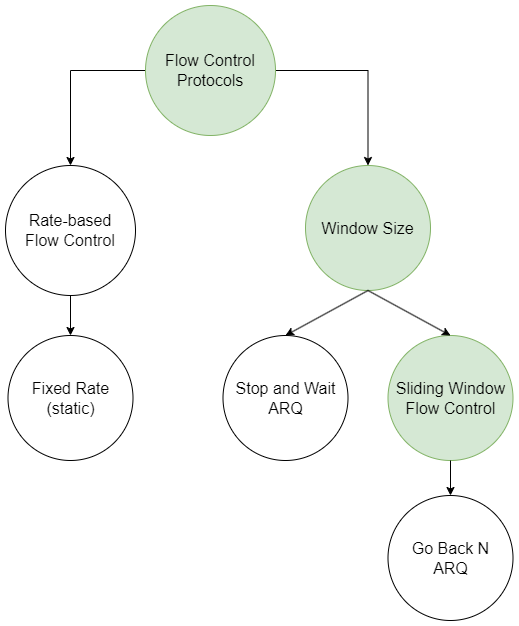
Before: images/ine_53_flow_control_protocols.png, a diagram exported from draw.io (volehuy1998/network-onboard). Source tidied: cells renumbered, new cells last; positions are measured from the earlier drawing's top-left corner, leaving out a move shared by most shapes. Source of this version:
```xml
<mxGraphModel>
  <root>
    <mxCell id="0" />
    <mxCell id="1" parent="0" />
    <mxCell id="2" style="edgeStyle=orthogonalEdgeStyle;rounded=0;jettySize=auto;html=1;fontSize=16;" parent="1" edge="1" source="4" target="6">
      <mxGeometry relative="1" as="geometry" />
    </mxCell>
    <mxCell id="3" style="edgeStyle=orthogonalEdgeStyle;rounded=0;jettySize=auto;html=1;entryX=0.5;entryY=0;entryDx=0;entryDy=0;fontSize=16;" parent="1" edge="1" source="4" target="12">
      <mxGeometry relative="1" as="geometry" />
    </mxCell>
    <mxCell id="4" value="Flow Control&lt;div&gt;Protocols&lt;/div&gt;" style="ellipse;whiteSpace=wrap;html=1;fontSize=16;fillColor=#d5e8d4;strokeColor=#82b366;" parent="1" vertex="1">
      <mxGeometry x="140" width="130" height="130" as="geometry" />
    </mxCell>
    <mxCell id="5" style="edgeStyle=orthogonalEdgeStyle;rounded=0;jettySize=auto;html=1;entryX=0.5;entryY=0;entryDx=0;entryDy=0;fontSize=16;" parent="1" edge="1" source="6" target="7">
      <mxGeometry relative="1" as="geometry" />
    </mxCell>
    <mxCell id="6" value="Rate-based&lt;div&gt;Flow Control&lt;/div&gt;" style="ellipse;whiteSpace=wrap;html=1;fontSize=16;" parent="1" vertex="1">
      <mxGeometry y="160" width="130" height="130" as="geometry" />
    </mxCell>
    <mxCell id="7" value="Fixed Rate&lt;div&gt;(static)&lt;/div&gt;" style="ellipse;whiteSpace=wrap;html=1;fontSize=16;" parent="1" vertex="1">
      <mxGeometry x="2.5" y="330" width="125" height="125" as="geometry" />
    </mxCell>
    <mxCell id="8" value="Sliding Window&lt;div&gt;Flow Control&lt;/div&gt;" style="ellipse;whiteSpace=wrap;html=1;fontSize=16;fillColor=#d5e8d4;strokeColor=#82b366;" parent="1" vertex="1">
      <mxGeometry x="382.5" y="330" width="125" height="125" as="geometry" />
    </mxCell>
    <mxCell id="9" value="Stop and Wait ARQ" style="ellipse;whiteSpace=wrap;html=1;fontSize=16;" parent="1" vertex="1">
      <mxGeometry x="217.5" y="330" width="125" height="125" as="geometry" />
    </mxCell>
    <mxCell id="10" value="Go Back N&lt;div&gt;ARQ&lt;/div&gt;" style="ellipse;whiteSpace=wrap;html=1;fontSize=16;" parent="1" vertex="1">
      <mxGeometry x="382.5" y="490" width="125" height="125" as="geometry" />
    </mxCell>
    <mxCell id="11" style="endArrow=classic;html=1;rounded=0;exitX=0.5;exitY=1;exitDx=0;exitDy=0;entryX=0.5;entryY=0;entryDx=0;entryDy=0;" parent="1" edge="1" source="8" target="10">
      <mxGeometry relative="1" as="geometry" />
    </mxCell>
    <mxCell id="12" value="Window Size" style="ellipse;whiteSpace=wrap;html=1;fontSize=16;fillColor=#d5e8d4;strokeColor=#82b366;" parent="1" vertex="1">
      <mxGeometry x="300" y="160" width="125" height="125" as="geometry" />
    </mxCell>
    <mxCell id="13" style="endArrow=classic;html=1;rounded=0;exitX=0.5;exitY=1;exitDx=0;exitDy=0;entryX=0.5;entryY=0;entryDx=0;entryDy=0;" parent="1" edge="1" source="12" target="9">
      <mxGeometry relative="1" as="geometry" />
    </mxCell>
    <mxCell id="14" style="endArrow=classic;html=1;rounded=0;exitX=0.5;exitY=1;exitDx=0;exitDy=0;entryX=0.5;entryY=0;entryDx=0;entryDy=0;" parent="1" edge="1" source="12" target="8">
      <mxGeometry relative="1" as="geometry" />
    </mxCell>
  </root>
</mxGraphModel>
```
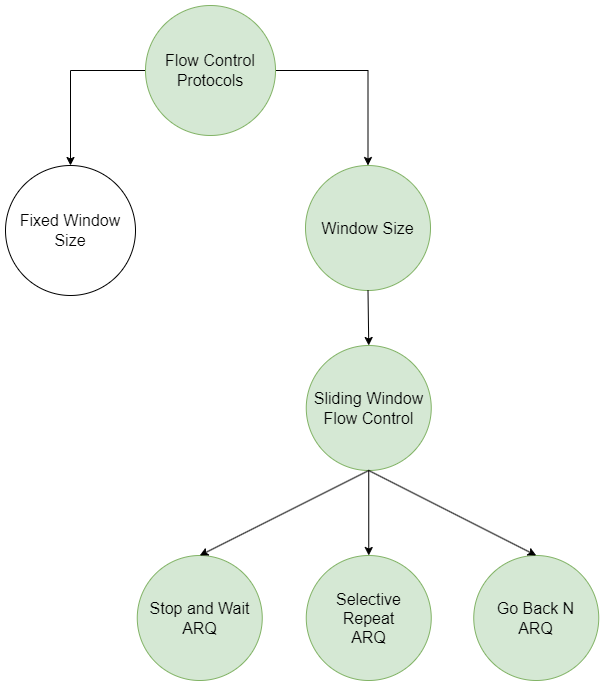
After the commit.

Change to the diagram source:
```diff
@@ -11,23 +11,17 @@
     <mxCell id="4" value="Flow Control&lt;div&gt;Protocols&lt;/div&gt;" style="ellipse;whiteSpace=wrap;html=1;fontSize=16;fillColor=#d5e8d4;strokeColor=#82b366;" parent="1" vertex="1">
       <mxGeometry x="140" width="130" height="130" as="geometry" />
     </mxCell>
-    <mxCell id="5" style="edgeStyle=orthogonalEdgeStyle;rounded=0;jettySize=auto;html=1;entryX=0.5;entryY=0;entryDx=0;entryDy=0;fontSize=16;" parent="1" edge="1" source="6" target="7">
-      <mxGeometry relative="1" as="geometry" />
-    </mxCell>
-    <mxCell id="6" value="Rate-based&lt;div&gt;Flow Control&lt;/div&gt;" style="ellipse;whiteSpace=wrap;html=1;fontSize=16;" parent="1" vertex="1">
+    <mxCell id="6" value="Fixed Window&lt;div&gt;Size&lt;/div&gt;" style="ellipse;whiteSpace=wrap;html=1;fontSize=16;" parent="1" vertex="1">
       <mxGeometry y="160" width="130" height="130" as="geometry" />
     </mxCell>
-    <mxCell id="7" value="Fixed Rate&lt;div&gt;(static)&lt;/div&gt;" style="ellipse;whiteSpace=wrap;html=1;fontSize=16;" parent="1" vertex="1">
-      <mxGeometry x="2.5" y="330" width="125" height="125" as="geometry" />
-    </mxCell>
     <mxCell id="8" value="Sliding Window&lt;div&gt;Flow Control&lt;/div&gt;" style="ellipse;whiteSpace=wrap;html=1;fontSize=16;fillColor=#d5e8d4;strokeColor=#82b366;" parent="1" vertex="1">
-      <mxGeometry x="382.5" y="330" width="125" height="125" as="geometry" />
+      <mxGeometry x="300.8" y="340" width="125" height="125" as="geometry" />
     </mxCell>
-    <mxCell id="9" value="Stop and Wait ARQ" style="ellipse;whiteSpace=wrap;html=1;fontSize=16;" parent="1" vertex="1">
-      <mxGeometry x="217.5" y="330" width="125" height="125" as="geometry" />
+    <mxCell id="9" value="Stop and Wait ARQ" style="ellipse;whiteSpace=wrap;html=1;fontSize=16;fillColor=#d5e8d4;strokeColor=#82b366;" parent="1" vertex="1">
+      <mxGeometry x="131.8" y="550" width="125" height="125" as="geometry" />
     </mxCell>
-    <mxCell id="10" value="Go Back N&lt;div&gt;ARQ&lt;/div&gt;" style="ellipse;whiteSpace=wrap;html=1;fontSize=16;" parent="1" vertex="1">
-      <mxGeometry x="382.5" y="490" width="125" height="125" as="geometry" />
+    <mxCell id="10" value="Go Back N&lt;div&gt;ARQ&lt;/div&gt;" style="ellipse;whiteSpace=wrap;html=1;fontSize=16;fillColor=#d5e8d4;strokeColor=#82b366;" parent="1" vertex="1">
+      <mxGeometry x="468.2" y="550" width="125" height="125" as="geometry" />
     </mxCell>
     <mxCell id="11" style="endArrow=classic;html=1;rounded=0;exitX=0.5;exitY=1;exitDx=0;exitDy=0;entryX=0.5;entryY=0;entryDx=0;entryDy=0;" parent="1" edge="1" source="8" target="10">
       <mxGeometry relative="1" as="geometry" />
@@ -35,11 +29,17 @@
     <mxCell id="12" value="Window Size" style="ellipse;whiteSpace=wrap;html=1;fontSize=16;fillColor=#d5e8d4;strokeColor=#82b366;" parent="1" vertex="1">
       <mxGeometry x="300" y="160" width="125" height="125" as="geometry" />
     </mxCell>
-    <mxCell id="13" style="endArrow=classic;html=1;rounded=0;exitX=0.5;exitY=1;exitDx=0;exitDy=0;entryX=0.5;entryY=0;entryDx=0;entryDy=0;" parent="1" edge="1" source="12" target="9">
+    <mxCell id="13" style="endArrow=classic;html=1;rounded=0;exitX=0.5;exitY=1;exitDx=0;exitDy=0;entryX=0.5;entryY=0;entryDx=0;entryDy=0;" parent="1" edge="1" source="8" target="9">
       <mxGeometry relative="1" as="geometry" />
     </mxCell>
     <mxCell id="14" style="endArrow=classic;html=1;rounded=0;exitX=0.5;exitY=1;exitDx=0;exitDy=0;entryX=0.5;entryY=0;entryDx=0;entryDy=0;" parent="1" edge="1" source="12" target="8">
       <mxGeometry relative="1" as="geometry" />
     </mxCell>
+    <mxCell id="15" value="Selective&lt;div&gt;Repeat&lt;div&gt;ARQ&lt;/div&gt;&lt;/div&gt;" style="ellipse;whiteSpace=wrap;html=1;fontSize=16;fillColor=#d5e8d4;strokeColor=#82b366;" parent="1" vertex="1">
+      <mxGeometry x="300.8" y="550" width="125" height="125" as="geometry" />
+    </mxCell>
+    <mxCell id="16" style="endArrow=classic;html=1;rounded=0;exitX=0.5;exitY=1;exitDx=0;exitDy=0;entryX=0.5;entryY=0;entryDx=0;entryDy=0;" parent="1" edge="1" source="8" target="15">
+      <mxGeometry relative="1" as="geometry" />
+    </mxCell>
   </root>
 </mxGraphModel>
```
